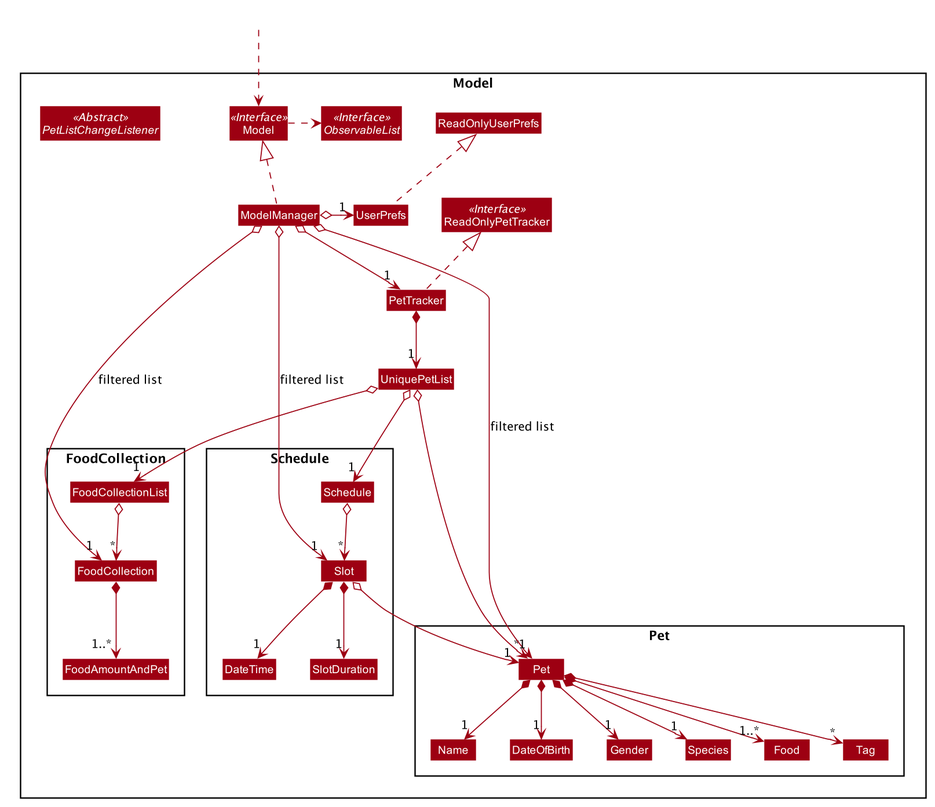
This is images/dev-guide/ModelClassDiagram.png from AY1920S2-CS2103-W15-4/main, a PlantUML export, as it was before one commit.
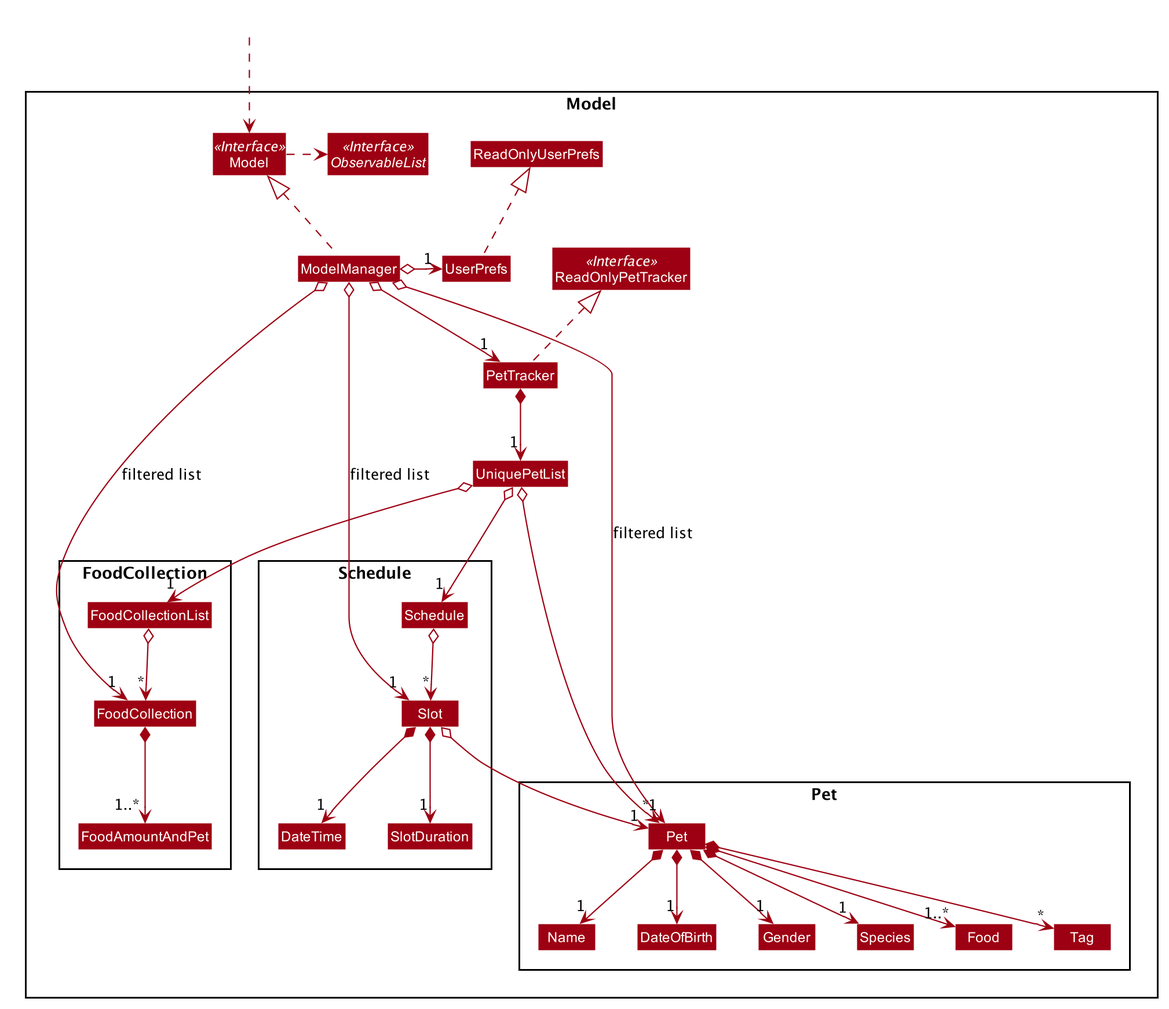
Later version of the same file.

Change to the diagram source:
```diff
@@ -55,7 +55,6 @@
 Interface ReadOnlyPetTracker <<Interface>>
 Interface Model <<Interface>>
 Interface ObservableList <<Interface>>
-Abstract Class PetListChangeListener <<Abstract>>
 Class PetTracker
 Class ReadOnlyPetTracker
 Class Model
```
